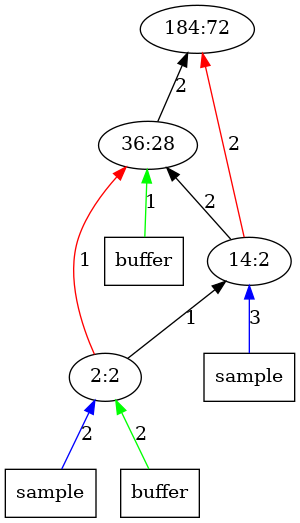
Before: outputImages/op72.png.png, a diagram exported from Graphviz (AbhikKhan/MTP_IITG). Its source is kept beside it as outputTrees/op72.dot.
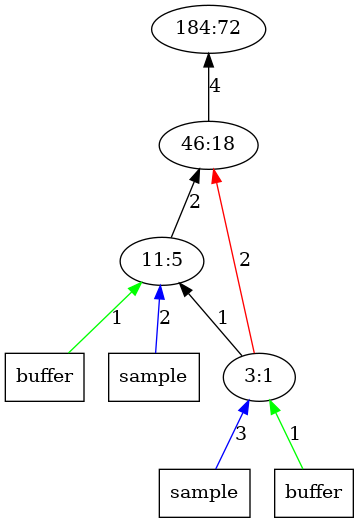
Later version of the same file.

What changed in the source:
```diff
@@ -1,20 +1,19 @@
 digraph Tree{
 	rankdir="BT"
 	1 [label = "184:72"];
-	2 -> 1 [label = "2", color = "black"];
-	x22 -> 2 [label = "1", color = "green"];
-	x22 [label = "buffer", shape = "box"];
-	2 [label = "36:28"];
-	3 -> 1 [label = "2", color = "red"];
+	2 -> 1 [label = "4", color = "black"];
+	2 [label = "46:18"];
 	3 -> 2 [label = "2", color = "black"];
-	x31 -> 3 [label = "3", color = "blue"];
+	x32 -> 3 [label = "1", color = "green"];
+	x32 [label = "buffer", shape = "box"];
+	x31 -> 3 [label = "2", color = "blue"];
 	x31 [label = "sample", shape = "box"];
-	3 [label = "14:2"];
+	3 [label = "11:5"];
 	4 -> 3 [label = "1", color = "black"];
-	4 -> 2 [label = "1", color = "red"];
-	x41 -> 4 [label = "2", color = "blue"];
+	4 -> 2 [label = "2", color = "red"];
+	x41 -> 4 [label = "3", color = "blue"];
 	x41 [label = "sample", shape = "box"];
-	x42 -> 4 [label = "2", color = "green"];
+	x42 -> 4 [label = "1", color = "green"];
 	x42 [label = "buffer", shape = "box"];
-	4 [label = "2:2"];
+	4 [label = "3:1"];
 }
```
